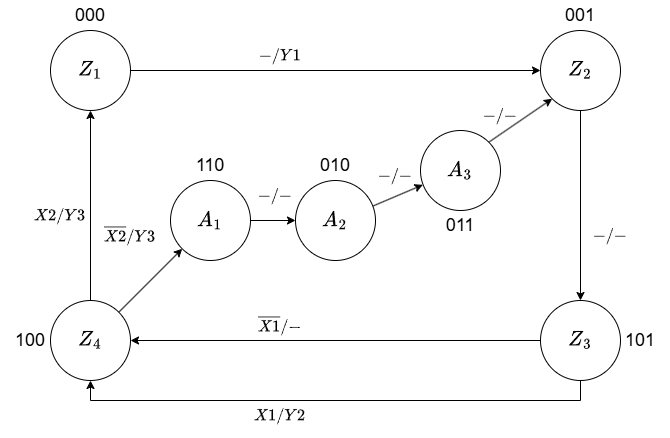
Earlier version of the draw.io export semestr4/CA1 (Computer Architecture Part 1)/labs/lab1/media/png files/graph.png (davidchyk/university_roadmap). Source tidied: cells renumbered, new cells last; positions are measured from the earlier drawing's top-left corner, leaving out a move shared by most shapes.
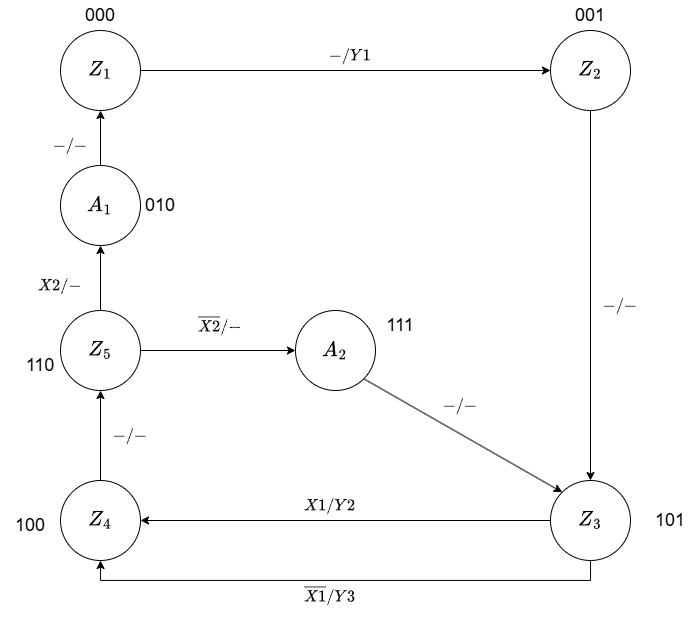
After the change.

The edit, as a diff of the source:
```diff
@@ -6,22 +6,19 @@
       <mxGeometry relative="1" as="geometry" />
     </mxCell>
     <mxCell id="3" value="&lt;font style=&quot;font-size: 18px;&quot;&gt;$$Z_1$$&lt;/font&gt;" style="ellipse;whiteSpace=wrap;html=1;" parent="1" vertex="1">
-      <mxGeometry x="50" y="30" width="80" height="80" as="geometry" />
+      <mxGeometry x="50" y="50" width="80" height="80" as="geometry" />
     </mxCell>
     <mxCell id="4" style="edgeStyle=orthogonalEdgeStyle;rounded=0;jettySize=auto;html=1;entryX=0.5;entryY=0;entryDx=0;entryDy=0;" parent="1" edge="1" source="5" target="11">
       <mxGeometry relative="1" as="geometry" />
     </mxCell>
     <mxCell id="5" value="&lt;font style=&quot;font-size: 18px;&quot;&gt;$$Z_2$$&lt;/font&gt;" style="ellipse;whiteSpace=wrap;html=1;" parent="1" vertex="1">
-      <mxGeometry x="540" y="30" width="80" height="80" as="geometry" />
+      <mxGeometry x="540" y="50" width="80" height="80" as="geometry" />
     </mxCell>
-    <mxCell id="6" style="edgeStyle=orthogonalEdgeStyle;rounded=0;jettySize=auto;html=1;entryX=0.5;entryY=1;entryDx=0;entryDy=0;" parent="1" edge="1" source="8" target="3">
-      <mxGeometry relative="1" as="geometry" />
-    </mxCell>
-    <mxCell id="7" style="rounded=0;jettySize=auto;html=1;exitX=1;exitY=0;exitDx=0;exitDy=0;entryX=0;entryY=1;entryDx=0;entryDy=0;" parent="1" edge="1" source="8" target="23">
-      <mxGeometry relative="1" as="geometry" />
-    </mxCell>
+    <mxCell id="34" style="edgeStyle=orthogonalEdgeStyle;rounded=0;jettySize=auto;html=1;entryX=0.5;entryY=1;entryDx=0;entryDy=0;" parent="1" edge="1" source="8" target="39">
+      <mxGeometry relative="1" as="geometry" />
+    </mxCell>
     <mxCell id="8" value="&lt;font style=&quot;font-size: 18px;&quot;&gt;$$Z_4$$&lt;/font&gt;" style="ellipse;whiteSpace=wrap;html=1;" parent="1" vertex="1">
-      <mxGeometry x="50" y="300" width="80" height="80" as="geometry" />
+      <mxGeometry x="50" y="500" width="80" height="80" as="geometry" />
     </mxCell>
     <mxCell id="9" style="edgeStyle=orthogonalEdgeStyle;rounded=0;jettySize=auto;html=1;entryX=0.5;entryY=1;entryDx=0;entryDy=0;exitX=0.5;exitY=1;exitDx=0;exitDy=0;" parent="1" edge="1" source="11" target="8">
       <mxGeometry relative="1" as="geometry" />
@@ -30,73 +27,76 @@
       <mxGeometry relative="1" as="geometry" />
     </mxCell>
     <mxCell id="11" value="&lt;font style=&quot;font-size: 18px;&quot;&gt;$$Z_3$$&lt;/font&gt;" style="ellipse;whiteSpace=wrap;html=1;" parent="1" vertex="1">
-      <mxGeometry x="540" y="300" width="80" height="80" as="geometry" />
+      <mxGeometry x="540" y="500" width="80" height="80" as="geometry" />
     </mxCell>
     <mxCell id="12" value="&lt;font style=&quot;font-size: 14px;&quot;&gt;$$- / -$$&lt;/font&gt;" style="text;html=1;whiteSpace=wrap;strokeColor=none;fillColor=none;align=center;verticalAlign=middle;rounded=0;" parent="1" vertex="1">
-      <mxGeometry x="580" y="220" width="60" height="30" as="geometry" />
+      <mxGeometry x="580" y="310" width="60" height="30" as="geometry" />
     </mxCell>
     <mxCell id="13" value="&lt;font style=&quot;font-size: 14px;&quot;&gt;$$X1 / Y2$$&lt;/font&gt;" style="text;html=1;whiteSpace=wrap;strokeColor=none;fillColor=none;align=center;verticalAlign=middle;rounded=0;" parent="1" vertex="1">
-      <mxGeometry x="250" y="400" width="60" height="30" as="geometry" />
+      <mxGeometry x="290" y="510" width="60" height="30" as="geometry" />
     </mxCell>
-    <mxCell id="14" value="&lt;span style=&quot;font-size: 14px;&quot;&gt;$$\overline{X1}&amp;nbsp; / -$$&lt;/span&gt;" style="text;html=1;whiteSpace=wrap;strokeColor=none;fillColor=none;align=center;verticalAlign=middle;rounded=0;" parent="1" vertex="1">
-      <mxGeometry x="250" y="310" width="60" height="30" as="geometry" />
+    <mxCell id="14" value="&lt;span style=&quot;font-size: 14px;&quot;&gt;$$\overline{X1}&amp;nbsp; / Y3$$&lt;/span&gt;" style="text;html=1;whiteSpace=wrap;strokeColor=none;fillColor=none;align=center;verticalAlign=middle;rounded=0;" parent="1" vertex="1">
+      <mxGeometry x="290" y="600" width="60" height="30" as="geometry" />
     </mxCell>
     <mxCell id="15" value="&lt;span style=&quot;font-size: 14px;&quot;&gt;$$-&amp;nbsp; / Y1$$&lt;/span&gt;" style="text;html=1;whiteSpace=wrap;strokeColor=none;fillColor=none;align=center;verticalAlign=middle;rounded=0;" parent="1" vertex="1">
-      <mxGeometry x="250" y="40" width="60" height="30" as="geometry" />
+      <mxGeometry x="310" y="60" width="60" height="30" as="geometry" />
     </mxCell>
-    <mxCell id="16" value="&lt;font style=&quot;font-size: 14px;&quot;&gt;$$X2 / Y3$$&lt;/font&gt;" style="text;html=1;whiteSpace=wrap;strokeColor=none;fillColor=none;align=center;verticalAlign=middle;rounded=0;" parent="1" vertex="1">
-      <mxGeometry x="30" y="200" width="60" height="30" as="geometry" />
+    <mxCell id="16" value="&lt;font style=&quot;font-size: 14px;&quot;&gt;$$X2 / -$$&lt;/font&gt;" style="text;html=1;whiteSpace=wrap;strokeColor=none;fillColor=none;align=center;verticalAlign=middle;rounded=0;" parent="1" vertex="1">
+      <mxGeometry x="20" y="290" width="60" height="30" as="geometry" />
     </mxCell>
-    <mxCell id="17" value="&lt;span style=&quot;font-size: 14px;&quot;&gt;$$\overline{X2}&amp;nbsp; / Y3$$&lt;/span&gt;" style="text;html=1;whiteSpace=wrap;strokeColor=none;fillColor=none;align=center;verticalAlign=middle;rounded=0;" parent="1" vertex="1">
-      <mxGeometry x="100" y="220" width="60" height="30" as="geometry" />
-    </mxCell>
     <mxCell id="18" value="&lt;font style=&quot;font-size: 18px;&quot;&gt;000&lt;/font&gt;" style="text;html=1;whiteSpace=wrap;strokeColor=none;fillColor=none;align=center;verticalAlign=middle;rounded=0;" parent="1" vertex="1">
-      <mxGeometry x="60" width="60" height="30" as="geometry" />
+      <mxGeometry x="60" y="20" width="60" height="30" as="geometry" />
     </mxCell>
     <mxCell id="19" value="&lt;font style=&quot;font-size: 18px;&quot;&gt;001&lt;/font&gt;" style="text;html=1;whiteSpace=wrap;strokeColor=none;fillColor=none;align=center;verticalAlign=middle;rounded=0;" parent="1" vertex="1">
-      <mxGeometry x="550" width="60" height="30" as="geometry" />
+      <mxGeometry x="550" y="20" width="60" height="30" as="geometry" />
     </mxCell>
     <mxCell id="20" value="&lt;font style=&quot;font-size: 18px;&quot;&gt;101&lt;/font&gt;" style="text;html=1;whiteSpace=wrap;strokeColor=none;fillColor=none;align=center;verticalAlign=middle;rounded=0;" parent="1" vertex="1">
-      <mxGeometry x="610" y="325" width="60" height="30" as="geometry" />
+      <mxGeometry x="630" y="525" width="60" height="30" as="geometry" />
     </mxCell>
     <mxCell id="21" value="&lt;span style=&quot;font-size: 18px;&quot;&gt;100&lt;/span&gt;" style="text;html=1;whiteSpace=wrap;strokeColor=none;fillColor=none;align=center;verticalAlign=middle;rounded=0;" parent="1" vertex="1">
-      <mxGeometry y="325" width="60" height="30" as="geometry" />
+      <mxGeometry x="-10" y="530" width="60" height="30" as="geometry" />
     </mxCell>
-    <mxCell id="22" style="edgeStyle=orthogonalEdgeStyle;rounded=0;jettySize=auto;html=1;entryX=0;entryY=0.5;entryDx=0;entryDy=0;" parent="1" edge="1" source="23" target="25">
-      <mxGeometry relative="1" as="geometry" />
-    </mxCell>
-    <mxCell id="23" value="&lt;font style=&quot;font-size: 18px;&quot;&gt;$$A_1$$&lt;/font&gt;" style="ellipse;whiteSpace=wrap;html=1;" parent="1" vertex="1">
-      <mxGeometry x="170" y="180" width="80" height="80" as="geometry" />
-    </mxCell>
-    <mxCell id="24" style="rounded=0;jettySize=auto;html=1;entryX=0.03;entryY=0.679;entryDx=0;entryDy=0;exitX=0.95;exitY=0.327;exitDx=0;exitDy=0;exitPerimeter=0;entryPerimeter=0;" parent="1" edge="1" source="25" target="29">
-      <mxGeometry relative="1" as="geometry" />
-    </mxCell>
+    <mxCell id="35" style="edgeStyle=orthogonalEdgeStyle;rounded=0;jettySize=auto;html=1;entryX=0.5;entryY=1;entryDx=0;entryDy=0;" parent="1" edge="1" source="25" target="3">
+      <mxGeometry relative="1" as="geometry" />
+    </mxCell>
-    <mxCell id="25" value="&lt;font style=&quot;font-size: 18px;&quot;&gt;$$A_2$$&lt;/font&gt;" style="ellipse;whiteSpace=wrap;html=1;" parent="1" vertex="1">
-      <mxGeometry x="295" y="180" width="80" height="80" as="geometry" />
+    <mxCell id="25" value="&lt;font style=&quot;font-size: 18px;&quot;&gt;$$A_1$$&lt;/font&gt;" style="ellipse;whiteSpace=wrap;html=1;" parent="1" vertex="1">
+      <mxGeometry x="50" y="185" width="80" height="80" as="geometry" />
     </mxCell>
     <mxCell id="26" value="&lt;span style=&quot;font-size: 18px;&quot;&gt;110&lt;/span&gt;" style="text;html=1;whiteSpace=wrap;strokeColor=none;fillColor=none;align=center;verticalAlign=middle;rounded=0;" parent="1" vertex="1">
-      <mxGeometry x="180" y="150" width="60" height="30" as="geometry" />
+      <mxGeometry y="370" width="60" height="30" as="geometry" />
     </mxCell>
-    <mxCell id="27" value="&lt;span style=&quot;font-size: 18px;&quot;&gt;011&lt;/span&gt;" style="text;html=1;whiteSpace=wrap;strokeColor=none;fillColor=none;align=center;verticalAlign=middle;rounded=0;" parent="1" vertex="1">
-      <mxGeometry x="430" y="210" width="60" height="30" as="geometry" />
+    <mxCell id="27" value="&lt;span style=&quot;font-size: 18px;&quot;&gt;111&lt;/span&gt;" style="text;html=1;whiteSpace=wrap;strokeColor=none;fillColor=none;align=center;verticalAlign=middle;rounded=0;" parent="1" vertex="1">
+      <mxGeometry x="360" y="330" width="60" height="30" as="geometry" />
     </mxCell>
-    <mxCell id="28" style="rounded=0;jettySize=auto;html=1;exitX=1;exitY=0;exitDx=0;exitDy=0;entryX=0;entryY=1;entryDx=0;entryDy=0;" parent="1" edge="1" source="29" target="5">
-      <mxGeometry relative="1" as="geometry" />
-    </mxCell>
+    <mxCell id="36" style="rounded=0;jettySize=auto;html=1;exitX=1;exitY=1;exitDx=0;exitDy=0;entryX=0;entryY=0;entryDx=0;entryDy=0;" parent="1" edge="1" source="29" target="11">
+      <mxGeometry relative="1" as="geometry" />
+    </mxCell>
-    <mxCell id="29" value="&lt;font style=&quot;font-size: 18px;&quot;&gt;$$A_3$$&lt;/font&gt;" style="ellipse;whiteSpace=wrap;html=1;" parent="1" vertex="1">
-      <mxGeometry x="420" y="130" width="80" height="80" as="geometry" />
+    <mxCell id="29" value="&lt;font style=&quot;font-size: 18px;&quot;&gt;$$A_2$$&lt;/font&gt;" style="ellipse;whiteSpace=wrap;html=1;" parent="1" vertex="1">
+      <mxGeometry x="285" y="330" width="80" height="80" as="geometry" />
     </mxCell>
     <mxCell id="30" value="&lt;span style=&quot;font-size: 18px;&quot;&gt;010&lt;/span&gt;" style="text;html=1;whiteSpace=wrap;strokeColor=none;fillColor=none;align=center;verticalAlign=middle;rounded=0;" parent="1" vertex="1">
-      <mxGeometry x="305" y="150" width="60" height="30" as="geometry" />
+      <mxGeometry x="120" y="210" width="60" height="30" as="geometry" />
     </mxCell>
     <mxCell id="31" value="&lt;font style=&quot;font-size: 14px;&quot;&gt;$$- / -$$&lt;/font&gt;" style="text;html=1;whiteSpace=wrap;strokeColor=none;fillColor=none;align=center;verticalAlign=middle;rounded=0;" parent="1" vertex="1">
-      <mxGeometry x="470" y="100" width="60" height="30" as="geometry" />
+      <mxGeometry x="420" y="410" width="60" height="30" as="geometry" />
     </mxCell>
     <mxCell id="32" value="&lt;font style=&quot;font-size: 14px;&quot;&gt;$$- / -$$&lt;/font&gt;" style="text;html=1;whiteSpace=wrap;strokeColor=none;fillColor=none;align=center;verticalAlign=middle;rounded=0;" parent="1" vertex="1">
-      <mxGeometry x="365" y="160" width="60" height="30" as="geometry" />
+      <mxGeometry x="30" y="150" width="60" height="30" as="geometry" />
     </mxCell>
+    <mxCell id="37" style="edgeStyle=orthogonalEdgeStyle;rounded=0;jettySize=auto;html=1;entryX=0.5;entryY=1;entryDx=0;entryDy=0;" parent="1" edge="1" source="39" target="25">
+      <mxGeometry relative="1" as="geometry" />
+    </mxCell>
+    <mxCell id="38" style="edgeStyle=orthogonalEdgeStyle;rounded=0;jettySize=auto;html=1;entryX=0;entryY=0.5;entryDx=0;entryDy=0;" parent="1" edge="1" source="39" target="29">
+      <mxGeometry relative="1" as="geometry" />
+    </mxCell>
+    <mxCell id="39" value="&lt;font style=&quot;font-size: 18px;&quot;&gt;$$Z_5$$&lt;/font&gt;" style="ellipse;whiteSpace=wrap;html=1;" parent="1" vertex="1">
+      <mxGeometry x="50" y="330" width="80" height="80" as="geometry" />
+    </mxCell>
     <mxCell id="33" value="&lt;font style=&quot;font-size: 14px;&quot;&gt;$$- / -$$&lt;/font&gt;" style="text;html=1;whiteSpace=wrap;strokeColor=none;fillColor=none;align=center;verticalAlign=middle;rounded=0;" parent="1" vertex="1">
-      <mxGeometry x="245" y="180" width="60" height="30" as="geometry" />
+      <mxGeometry x="90" y="440" width="60" height="30" as="geometry" />
     </mxCell>
+    <mxCell id="40" value="&lt;font style=&quot;font-size: 14px;&quot;&gt;$$\overline{X2} / -$$&lt;/font&gt;" style="text;html=1;whiteSpace=wrap;strokeColor=none;fillColor=none;align=center;verticalAlign=middle;rounded=0;" parent="1" vertex="1">
+      <mxGeometry x="180" y="330" width="60" height="30" as="geometry" />
+    </mxCell>
   </root>
 </mxGraphModel>
```
